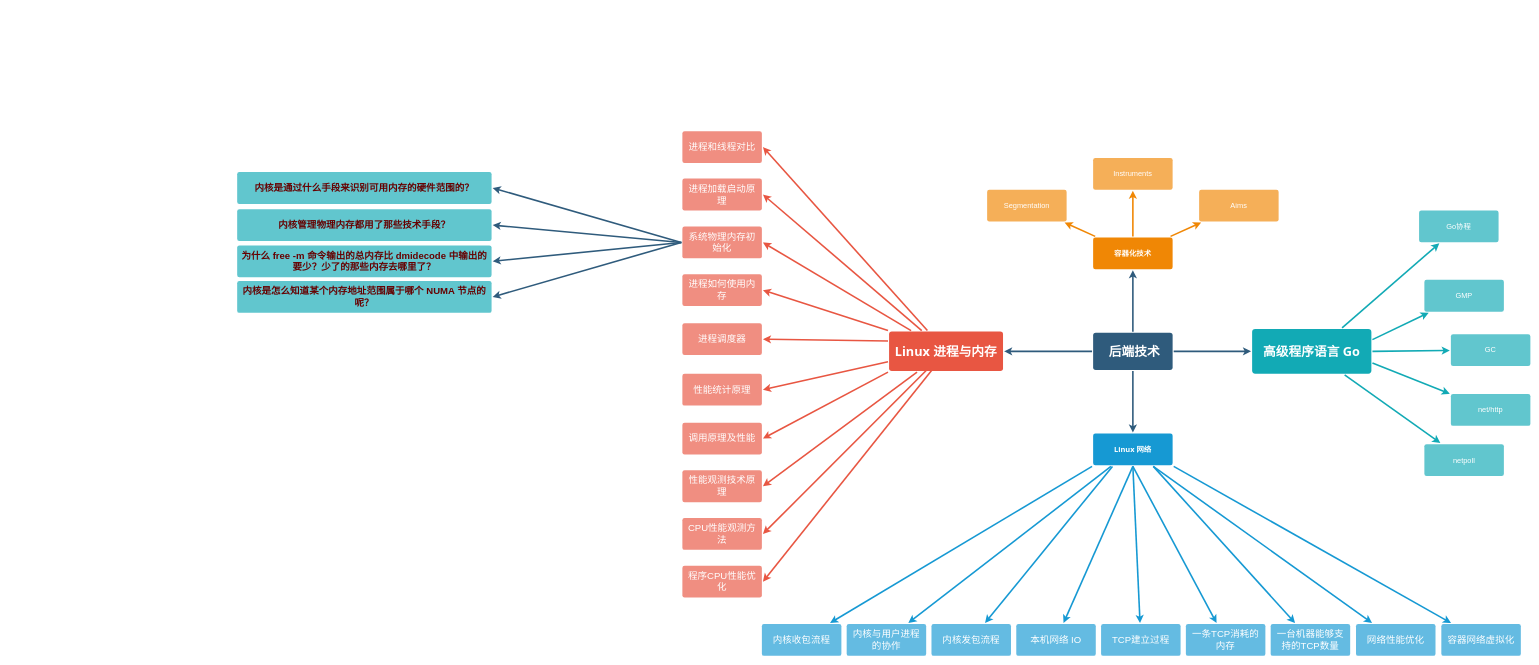
Above: Backend Diagram.drawio in GIS142857/UML (draw.io), before the change. Source tidied: cells renumbered, new cells numbered last; positions are measured from the earlier drawing's top-left corner, leaving out a move shared by most shapes. Both pictures are drawn from the tidied source at 53%, with x=0, y=0 at pixel (237, 131).
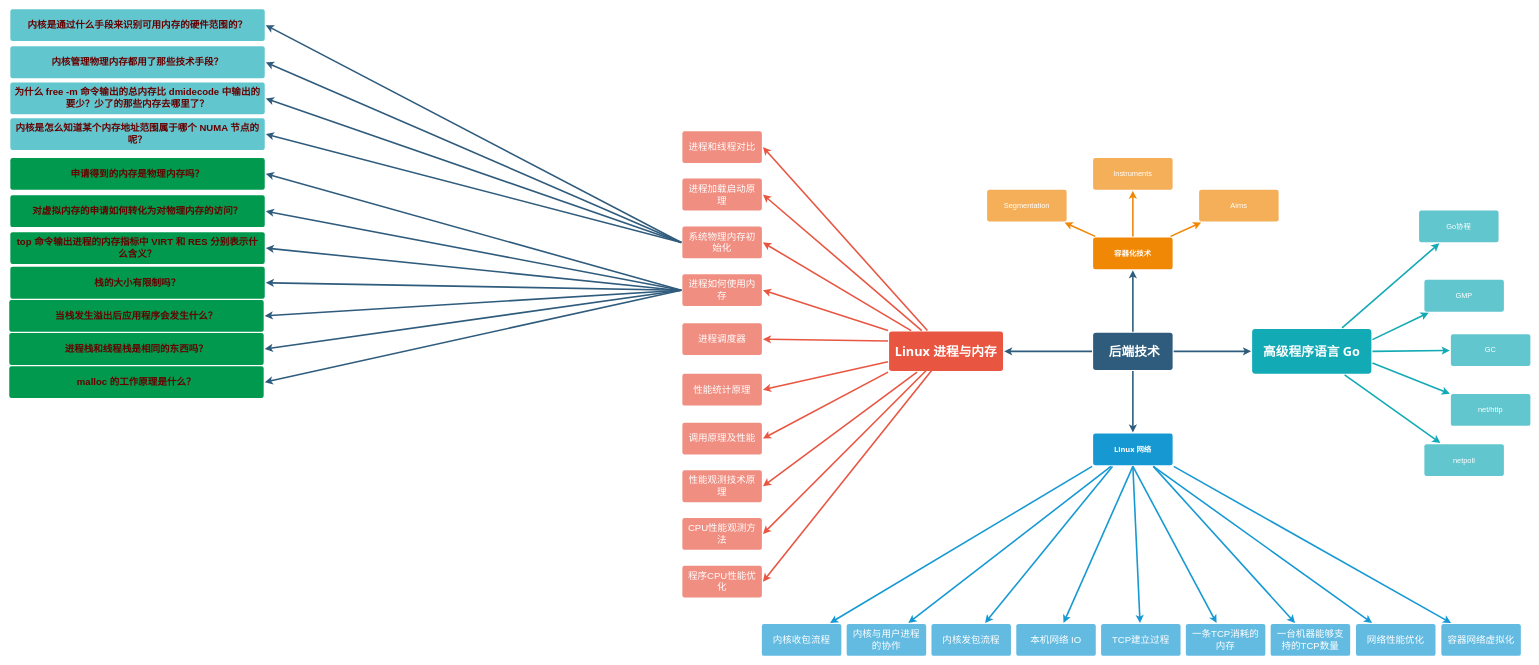
The same diagram, later.

Unchanged cells that the change refers to:
```xml
<mxCell id="37" value="&lt;font style=&quot;font-size: 18px;&quot;&gt;进程如何使用内存&lt;/font&gt;" style="rounded=1;whiteSpace=wrap;html=1;shadow=0;labelBackgroundColor=none;strokeColor=none;strokeWidth=3;fillColor=#f08e81;fontFamily=Helvetica;fontSize=14;fontColor=#FFFFFF;align=center;spacing=5;fontStyle=0;arcSize=7;perimeterSpacing=2;" parent="1" vertex="1">
  <mxGeometry x="840" y="270" width="150" height="60" as="geometry" />
</mxCell>
```

Diff of the diagram source:
```diff
@@
     <mxCell id="65" value="&lt;font color=&quot;#660000&quot; style=&quot;font-size: 18px;&quot;&gt;&lt;b style=&quot;&quot;&gt;内核是通过什么手段来识别可用内存的硬件范围的？&lt;/b&gt;&lt;/font&gt;" style="rounded=1;whiteSpace=wrap;html=1;shadow=0;labelBackgroundColor=none;strokeColor=none;strokeWidth=3;fillColor=#61c6ce;fontFamily=Helvetica;fontSize=14;fontColor=#FFFFFF;align=center;spacing=5;fontStyle=0;arcSize=7;perimeterSpacing=2;" parent="1" vertex="1">
-      <mxGeometry y="77.2" width="480" height="60" as="geometry" />
+      <mxGeometry x="-428" y="-230" width="480" height="60" as="geometry" />
     </mxCell>
     <mxCell id="66" value="&lt;span style=&quot;font-size: 18px;&quot;&gt;&lt;font style=&quot;&quot; color=&quot;#660000&quot;&gt;&lt;b&gt;内核管理物理内存都用了那些技术手段？&lt;/b&gt;&lt;/font&gt;&lt;/span&gt;" style="rounded=1;whiteSpace=wrap;html=1;shadow=0;labelBackgroundColor=none;strokeColor=none;strokeWidth=3;fillColor=#61c6ce;fontFamily=Helvetica;fontSize=14;fontColor=#FFFFFF;align=center;spacing=5;fontStyle=0;arcSize=7;perimeterSpacing=2;" parent="1" vertex="1">
-      <mxGeometry y="147.2" width="480" height="60" as="geometry" />
+      <mxGeometry x="-428" y="-160" width="480" height="60" as="geometry" />
     </mxCell>
     <mxCell id="67" value="&lt;font color=&quot;#660000&quot; style=&quot;font-size: 18px;&quot;&gt;&lt;b&gt;为什么 free -m 命令输出的总内存比 dmidecode 中输出的要少？少了的那些内存去哪里了？&lt;/b&gt;&lt;/font&gt;" style="rounded=1;whiteSpace=wrap;html=1;shadow=0;labelBackgroundColor=none;strokeColor=none;strokeWidth=3;fillColor=#61c6ce;fontFamily=Helvetica;fontSize=14;fontColor=#FFFFFF;align=center;spacing=5;fontStyle=0;arcSize=7;perimeterSpacing=2;" parent="1" vertex="1">
-      <mxGeometry y="215.5" width="480" height="60" as="geometry" />
+      <mxGeometry x="-428" y="-91.8" width="480" height="60" as="geometry" />
     </mxCell>
     <mxCell id="68" value="&lt;font color=&quot;#660000&quot;&gt;&lt;span style=&quot;font-size: 18px;&quot;&gt;&lt;b&gt;内核是怎么知道某个内存地址范围属于哪个 NUMA 节点的呢？&lt;/b&gt;&lt;/span&gt;&lt;/font&gt;" style="rounded=1;whiteSpace=wrap;html=1;shadow=0;labelBackgroundColor=none;strokeColor=none;strokeWidth=3;fillColor=#61c6ce;fontFamily=Helvetica;fontSize=14;fontColor=#FFFFFF;align=center;spacing=5;fontStyle=0;arcSize=7;perimeterSpacing=2;" parent="1" vertex="1">
-      <mxGeometry y="282.8" width="480" height="60" as="geometry" />
+      <mxGeometry x="-428" y="-24.5" width="480" height="60" as="geometry" />
     </mxCell>
@@
+    <mxCell id="73" value="&lt;font color=&quot;#660000&quot;&gt;&lt;span style=&quot;font-size: 18px;&quot;&gt;&lt;b&gt;申请得到的内存是物理内存吗？&lt;/b&gt;&lt;/span&gt;&lt;/font&gt;" style="rounded=1;whiteSpace=wrap;html=1;shadow=0;labelBackgroundColor=none;strokeColor=none;strokeWidth=3;fillColor=#00994D;fontFamily=Helvetica;fontSize=14;fontColor=#FFFFFF;align=center;spacing=5;fontStyle=0;arcSize=7;perimeterSpacing=2;" parent="1" vertex="1">
+      <mxGeometry x="-428" y="50.5" width="480" height="60" as="geometry" />
+    </mxCell>
+    <mxCell id="74" value="&lt;span style=&quot;font-size: 18px;&quot;&gt;&lt;font style=&quot;&quot; color=&quot;#660000&quot;&gt;&lt;b&gt;对虚拟内存的申请如何转化为对物理内存的访问？&lt;/b&gt;&lt;/font&gt;&lt;/span&gt;" style="rounded=1;whiteSpace=wrap;html=1;shadow=0;labelBackgroundColor=none;strokeColor=none;strokeWidth=3;fillColor=#00994D;fontFamily=Helvetica;fontSize=14;fontColor=#FFFFFF;align=center;spacing=5;fontStyle=0;arcSize=7;perimeterSpacing=2;" parent="1" vertex="1">
+      <mxGeometry x="-428" y="121" width="480" height="60" as="geometry" />
+    </mxCell>
+    <mxCell id="75" value="&lt;font color=&quot;#660000&quot; style=&quot;font-size: 18px;&quot;&gt;&lt;b&gt;top 命令输出进程的内存指标中 VIRT 和 RES 分别表示什么含义？&lt;/b&gt;&lt;/font&gt;" style="rounded=1;whiteSpace=wrap;html=1;shadow=0;labelBackgroundColor=none;strokeColor=none;strokeWidth=3;fillColor=#00994D;fontFamily=Helvetica;fontSize=14;fontColor=#FFFFFF;align=center;spacing=5;fontStyle=0;arcSize=7;perimeterSpacing=2;" parent="1" vertex="1">
+      <mxGeometry x="-428" y="190.5" width="480" height="60" as="geometry" />
+    </mxCell>
+    <mxCell id="76" value="&lt;font color=&quot;#660000&quot;&gt;&lt;span style=&quot;font-size: 18px;&quot;&gt;&lt;b&gt;栈的大小有限制吗？&lt;/b&gt;&lt;/span&gt;&lt;/font&gt;" style="rounded=1;whiteSpace=wrap;html=1;shadow=0;labelBackgroundColor=none;strokeColor=none;strokeWidth=3;fillColor=#00994D;fontFamily=Helvetica;fontSize=14;fontColor=#FFFFFF;align=center;spacing=5;fontStyle=0;arcSize=7;perimeterSpacing=2;" parent="1" vertex="1">
+      <mxGeometry x="-428" y="256" width="480" height="60" as="geometry" />
+    </mxCell>
+    <mxCell id="77" style="edgeStyle=none;rounded=0;jumpStyle=none;html=1;shadow=0;labelBackgroundColor=none;startArrow=none;startFill=0;endArrow=classic;endFill=1;jettySize=auto;strokeColor=#2F5B7C;strokeWidth=3;fontFamily=Helvetica;fontSize=16;fontColor=#23445D;spacing=5;exitX=0;exitY=0.5;exitDx=0;exitDy=0;entryX=1;entryY=0.5;entryDx=0;entryDy=0;" parent="1" edge="1" source="37" target="73">
+      <mxGeometry relative="1" as="geometry" />
+    </mxCell>
+    <mxCell id="78" style="edgeStyle=none;rounded=0;jumpStyle=none;html=1;shadow=0;labelBackgroundColor=none;startArrow=none;startFill=0;endArrow=classic;endFill=1;jettySize=auto;strokeColor=#2F5B7C;strokeWidth=3;fontFamily=Helvetica;fontSize=16;fontColor=#23445D;spacing=5;entryX=1;entryY=0.5;entryDx=0;entryDy=0;" parent="1" edge="1" target="75">
+      <mxGeometry relative="1" as="geometry">
+        <mxPoint x="830" y="300" as="sourcePoint" />
+      </mxGeometry>
+    </mxCell>
+    <mxCell id="79" style="edgeStyle=none;rounded=0;jumpStyle=none;html=1;shadow=0;labelBackgroundColor=none;startArrow=none;startFill=0;endArrow=classic;endFill=1;jettySize=auto;strokeColor=#2F5B7C;strokeWidth=3;fontFamily=Helvetica;fontSize=16;fontColor=#23445D;spacing=5;exitX=0;exitY=0.5;exitDx=0;exitDy=0;entryX=1;entryY=0.5;entryDx=0;entryDy=0;" parent="1" edge="1" source="37" target="74">
+      <mxGeometry relative="1" as="geometry" />
+    </mxCell>
+    <mxCell id="80" style="edgeStyle=none;rounded=0;jumpStyle=none;html=1;shadow=0;labelBackgroundColor=none;startArrow=none;startFill=0;endArrow=classic;endFill=1;jettySize=auto;strokeColor=#2F5B7C;strokeWidth=3;fontFamily=Helvetica;fontSize=16;fontColor=#23445D;spacing=5;exitX=0;exitY=0.5;exitDx=0;exitDy=0;entryX=1;entryY=0.5;entryDx=0;entryDy=0;" parent="1" edge="1" source="37" target="76">
+      <mxGeometry relative="1" as="geometry" />
+    </mxCell>
+    <mxCell id="81" value="&lt;font color=&quot;#660000&quot;&gt;&lt;span style=&quot;font-size: 18px;&quot;&gt;&lt;b&gt;当栈发生溢出后应用程序会发生什么？&lt;/b&gt;&lt;/span&gt;&lt;/font&gt;" style="rounded=1;whiteSpace=wrap;html=1;shadow=0;labelBackgroundColor=none;strokeColor=none;strokeWidth=3;fillColor=#00994D;fontFamily=Helvetica;fontSize=14;fontColor=#FFFFFF;align=center;spacing=5;fontStyle=0;arcSize=7;perimeterSpacing=2;" parent="1" vertex="1">
+      <mxGeometry x="-430" y="318.5" width="480" height="60" as="geometry" />
+    </mxCell>
+    <mxCell id="82" style="edgeStyle=none;rounded=0;jumpStyle=none;html=1;shadow=0;labelBackgroundColor=none;startArrow=none;startFill=0;endArrow=classic;endFill=1;jettySize=auto;strokeColor=#2F5B7C;strokeWidth=3;fontFamily=Helvetica;fontSize=16;fontColor=#23445D;spacing=5;entryX=1;entryY=0.5;entryDx=0;entryDy=0;exitX=0;exitY=0.5;exitDx=0;exitDy=0;" parent="1" edge="1" source="37" target="81">
+      <mxGeometry relative="1" as="geometry" />
+    </mxCell>
+    <mxCell id="83" value="&lt;font color=&quot;#660000&quot;&gt;&lt;span style=&quot;font-size: 18px;&quot;&gt;&lt;b&gt;malloc 的工作原理是什么？&lt;/b&gt;&lt;/span&gt;&lt;/font&gt;" style="rounded=1;whiteSpace=wrap;html=1;shadow=0;labelBackgroundColor=none;strokeColor=none;strokeWidth=3;fillColor=#00994D;fontFamily=Helvetica;fontSize=14;fontColor=#FFFFFF;align=center;spacing=5;fontStyle=0;arcSize=7;perimeterSpacing=2;" parent="1" vertex="1">
+      <mxGeometry x="-430" y="443.5" width="480" height="60" as="geometry" />
+    </mxCell>
+    <mxCell id="84" style="edgeStyle=none;rounded=0;jumpStyle=none;html=1;shadow=0;labelBackgroundColor=none;startArrow=none;startFill=0;endArrow=classic;endFill=1;jettySize=auto;strokeColor=#2F5B7C;strokeWidth=3;fontFamily=Helvetica;fontSize=16;fontColor=#23445D;spacing=5;exitX=0;exitY=0.5;exitDx=0;exitDy=0;entryX=1;entryY=0.5;entryDx=0;entryDy=0;" parent="1" edge="1" source="37" target="83">
+      <mxGeometry relative="1" as="geometry" />
+    </mxCell>
+    <mxCell id="85" value="&lt;font color=&quot;#660000&quot;&gt;&lt;span style=&quot;font-size: 18px;&quot;&gt;&lt;b&gt;进程栈和线程栈是相同的东西吗？&lt;/b&gt;&lt;/span&gt;&lt;/font&gt;" style="rounded=1;whiteSpace=wrap;html=1;shadow=0;labelBackgroundColor=none;strokeColor=none;strokeWidth=3;fillColor=#00994D;fontFamily=Helvetica;fontSize=14;fontColor=#FFFFFF;align=center;spacing=5;fontStyle=0;arcSize=7;perimeterSpacing=2;" parent="1" vertex="1">
+      <mxGeometry x="-430" y="381" width="480" height="60" as="geometry" />
+    </mxCell>
+    <mxCell id="86" style="edgeStyle=none;rounded=0;jumpStyle=none;html=1;shadow=0;labelBackgroundColor=none;startArrow=none;startFill=0;endArrow=classic;endFill=1;jettySize=auto;strokeColor=#2F5B7C;strokeWidth=3;fontFamily=Helvetica;fontSize=16;fontColor=#23445D;spacing=5;exitX=0;exitY=0.5;exitDx=0;exitDy=0;entryX=1;entryY=0.5;entryDx=0;entryDy=0;" parent="1" edge="1" source="37" target="85">
+      <mxGeometry relative="1" as="geometry" />
+    </mxCell>
```
